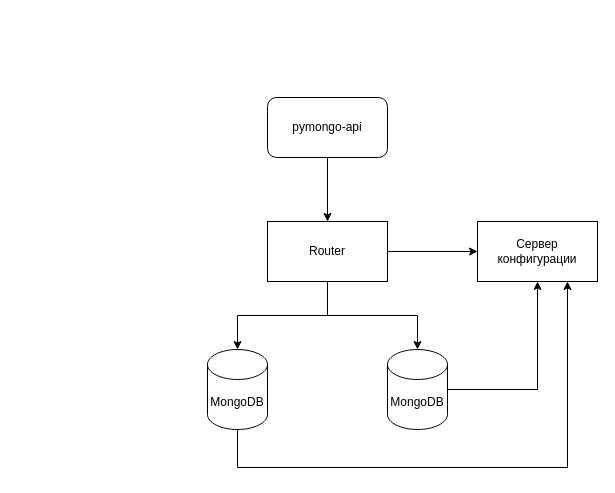
drda3x/architechture-sprint-2 keeps this draw.io diagram as page "1. Шардирование" (1 of 5) of task1.drawio. Above is the earlier version. Source tidied: cells renumbered, new cells numbered last; positions are measured from the earlier drawing's top-left corner, leaving out a move shared by most shapes. Both pictures are drawn from the tidied source at 100%, with x=0, y=0 at pixel (17, 17).
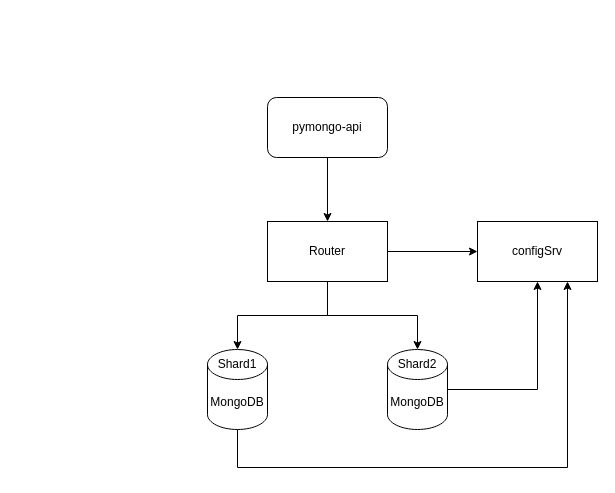
After the change.

Diff of the diagram source:
```diff
@@
 <mxGraphModel>
   <root>
     <mxCell id="0" />
     <mxCell id="1" parent="0" />
     <mxCell id="2" style="edgeStyle=orthogonalEdgeStyle;rounded=0;jettySize=auto;html=1;entryX=0.5;entryY=1;entryDx=0;entryDy=0;" parent="1" edge="1" source="3" target="12">
       <mxGeometry relative="1" as="geometry" />
     </mxCell>
     <mxCell id="3" value="MongoDB" style="shape=cylinder3;whiteSpace=wrap;html=1;boundedLbl=1;backgroundOutline=1;size=15;" parent="1" vertex="1">
       <mxGeometry x="370" y="332" width="60" height="80" as="geometry" />
     </mxCell>
     <mxCell id="4" style="edgeStyle=orthogonalEdgeStyle;rounded=0;jettySize=auto;html=1;" parent="1" edge="1" source="5" target="9">
       <mxGeometry relative="1" as="geometry" />
     </mxCell>
     <mxCell id="5" value="pymongo-api" style="rounded=1;whiteSpace=wrap;html=1;" parent="1" vertex="1">
       <mxGeometry x="250" y="80" width="120" height="60" as="geometry" />
     </mxCell>
     <mxCell id="6" style="edgeStyle=orthogonalEdgeStyle;rounded=0;jettySize=auto;html=1;entryX=0.75;entryY=1;entryDx=0;entryDy=0;" parent="1" edge="1" source="7" target="12">
       <mxGeometry relative="1" as="geometry">
         <Array as="points">
           <mxPoint x="220" y="450" />
           <mxPoint x="550" y="450" />
         </Array>
       </mxGeometry>
     </mxCell>
     <mxCell id="7" value="MongoDB" style="shape=cylinder3;whiteSpace=wrap;html=1;boundedLbl=1;backgroundOutline=1;size=15;" parent="1" vertex="1">
       <mxGeometry x="190" y="332" width="60" height="80" as="geometry" />
     </mxCell>
     <mxCell id="8" style="edgeStyle=orthogonalEdgeStyle;rounded=0;jettySize=auto;html=1;" parent="1" edge="1" source="9" target="12">
       <mxGeometry relative="1" as="geometry" />
     </mxCell>
     <mxCell id="9" value="Router" style="rounded=0;whiteSpace=wrap;html=1;" parent="1" vertex="1">
       <mxGeometry x="250" y="204" width="120" height="60" as="geometry" />
     </mxCell>
     <mxCell id="10" style="edgeStyle=orthogonalEdgeStyle;rounded=0;jettySize=auto;html=1;entryX=0.5;entryY=0;entryDx=0;entryDy=0;entryPerimeter=0;" parent="1" edge="1" source="9" target="7">
       <mxGeometry relative="1" as="geometry" />
     </mxCell>
     <mxCell id="11" style="edgeStyle=orthogonalEdgeStyle;rounded=0;jettySize=auto;html=1;entryX=0.5;entryY=0;entryDx=0;entryDy=0;entryPerimeter=0;" parent="1" edge="1" source="9" target="3">
       <mxGeometry relative="1" as="geometry" />
     </mxCell>
-    <mxCell id="12" value="Сервер конфигурации" style="rounded=0;whiteSpace=wrap;html=1;" parent="1" vertex="1">
+    <mxCell id="12" value="configSrv" style="rounded=0;whiteSpace=wrap;html=1;" parent="1" vertex="1">
       <mxGeometry x="460" y="204" width="120" height="60" as="geometry" />
     </mxCell>
     <mxCell id="13" value="&amp;nbsp;" style="text;whiteSpace=wrap;html=1;" parent="1" vertex="1">
       <mxGeometry width="40" height="40" as="geometry" />
     </mxCell>
+    <mxCell id="14" value="Shard1" style="text;html=1;align=center;verticalAlign=middle;whiteSpace=wrap;rounded=0;" parent="1" vertex="1">
+      <mxGeometry x="190" y="332" width="60" height="30" as="geometry" />
+    </mxCell>
+    <mxCell id="15" value="Shard2" style="text;html=1;align=center;verticalAlign=middle;whiteSpace=wrap;rounded=0;" parent="1" vertex="1">
+      <mxGeometry x="370" y="332" width="60" height="30" as="geometry" />
+    </mxCell>
   </root>
 </mxGraphModel>
```
